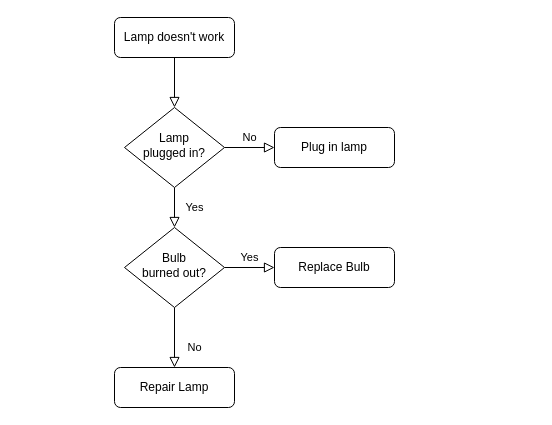
Above: Untitled Diagram.drawio in nerminsky/folder1 (draw.io), before the change. Source tidied: cells renumbered, new cells numbered last; positions are measured from the earlier drawing's top-left corner, leaving out a move shared by most shapes. Both pictures are drawn from the tidied source at 100%, with x=0, y=0 at pixel (114, 17).
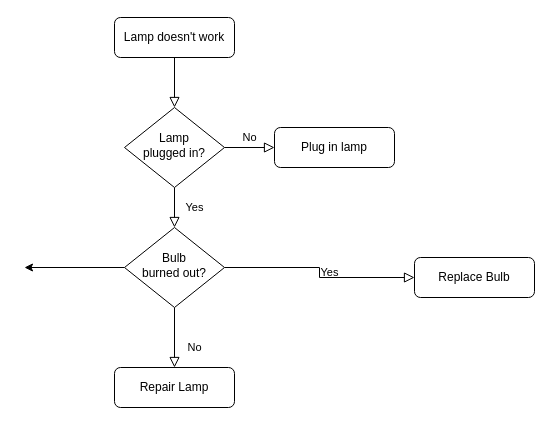
After the change.

What changed in the source:
```diff
@@
 <mxGraphModel>
   <root>
     <mxCell id="0" />
     <mxCell id="1" parent="0" />
     <mxCell id="2" style="rounded=0;html=1;jettySize=auto;fontSize=11;endArrow=block;endFill=0;endSize=8;strokeWidth=1;shadow=0;labelBackgroundColor=none;edgeStyle=orthogonalEdgeStyle;" parent="1" edge="1" source="3" target="6">
       <mxGeometry relative="1" as="geometry" />
     </mxCell>
     <mxCell id="3" value="Lamp doesn't work" style="rounded=1;whiteSpace=wrap;html=1;fontSize=12;glass=0;strokeWidth=1;shadow=0;" parent="1" vertex="1">
       <mxGeometry width="120" height="40" as="geometry" />
     </mxCell>
     <mxCell id="4" value="Yes" style="rounded=0;html=1;jettySize=auto;fontSize=11;endArrow=block;endFill=0;endSize=8;strokeWidth=1;shadow=0;labelBackgroundColor=none;edgeStyle=orthogonalEdgeStyle;" parent="1" edge="1" source="6" target="10">
       <mxGeometry y="20" relative="1" as="geometry" />
     </mxCell>
     <mxCell id="5" value="No" style="edgeStyle=orthogonalEdgeStyle;rounded=0;html=1;jettySize=auto;fontSize=11;endArrow=block;endFill=0;endSize=8;strokeWidth=1;shadow=0;labelBackgroundColor=none;" parent="1" edge="1" source="6" target="7">
       <mxGeometry y="10" relative="1" as="geometry" />
     </mxCell>
     <mxCell id="6" value="Lamp&lt;br&gt;plugged in?" style="rhombus;whiteSpace=wrap;html=1;shadow=0;fontFamily=Helvetica;fontSize=12;align=center;strokeWidth=1;spacing=6;spacingTop=-4;" parent="1" vertex="1">
       <mxGeometry x="10" y="90" width="100" height="80" as="geometry" />
     </mxCell>
     <mxCell id="7" value="Plug in lamp" style="rounded=1;whiteSpace=wrap;html=1;fontSize=12;glass=0;strokeWidth=1;shadow=0;" parent="1" vertex="1">
       <mxGeometry x="160" y="110" width="120" height="40" as="geometry" />
     </mxCell>
     <mxCell id="8" value="No" style="rounded=0;html=1;jettySize=auto;fontSize=11;endArrow=block;endFill=0;endSize=8;strokeWidth=1;shadow=0;labelBackgroundColor=none;edgeStyle=orthogonalEdgeStyle;" parent="1" edge="1" source="10" target="11">
       <mxGeometry x="0.33" y="20" relative="1" as="geometry" />
     </mxCell>
     <mxCell id="9" value="Yes" style="edgeStyle=orthogonalEdgeStyle;rounded=0;html=1;jettySize=auto;fontSize=11;endArrow=block;endFill=0;endSize=8;strokeWidth=1;shadow=0;labelBackgroundColor=none;" parent="1" edge="1" source="10" target="12">
       <mxGeometry y="10" relative="1" as="geometry" />
     </mxCell>
+    <mxCell id="13" style="edgeStyle=orthogonalEdgeStyle;rounded=0;jettySize=auto;html=1;" parent="1" edge="1" source="10">
+      <mxGeometry relative="1" as="geometry">
+        <mxPoint x="-90" y="250" as="targetPoint" />
+      </mxGeometry>
+    </mxCell>
     <mxCell id="10" value="Bulb&lt;br&gt;burned out?" style="rhombus;whiteSpace=wrap;html=1;shadow=0;fontFamily=Helvetica;fontSize=12;align=center;strokeWidth=1;spacing=6;spacingTop=-4;" parent="1" vertex="1">
       <mxGeometry x="10" y="210" width="100" height="80" as="geometry" />
     </mxCell>
     <mxCell id="11" value="Repair Lamp" style="rounded=1;whiteSpace=wrap;html=1;fontSize=12;glass=0;strokeWidth=1;shadow=0;" parent="1" vertex="1">
       <mxGeometry y="350" width="120" height="40" as="geometry" />
     </mxCell>
     <mxCell id="12" value="Replace Bulb" style="rounded=1;whiteSpace=wrap;html=1;fontSize=12;glass=0;strokeWidth=1;shadow=0;" parent="1" vertex="1">
-      <mxGeometry x="160" y="230" width="120" height="40" as="geometry" />
+      <mxGeometry x="300" y="240" width="120" height="40" as="geometry" />
     </mxCell>
   </root>
 </mxGraphModel>
```
